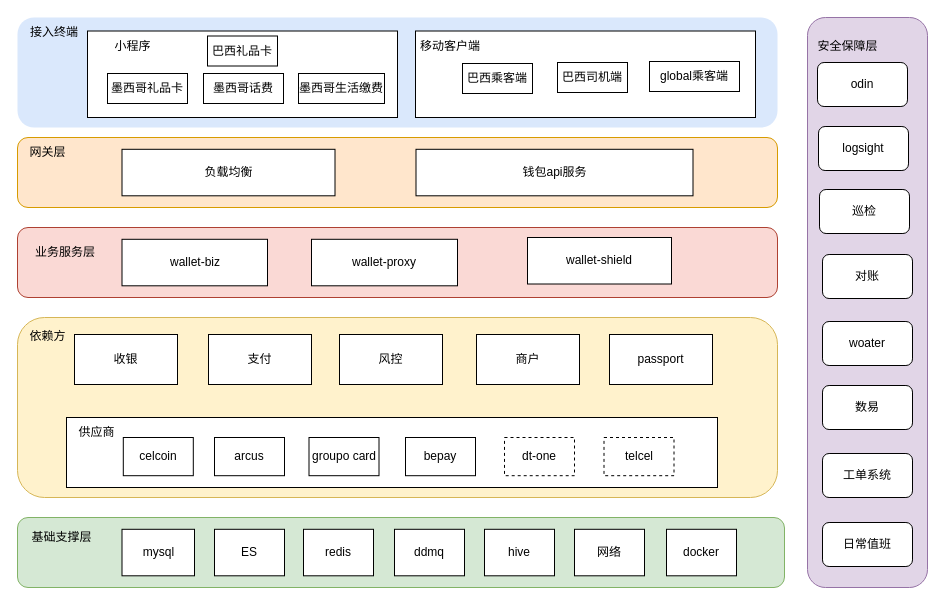
Earlier version of the draw.io diagram mars系统架构图.drawio (jichuanwang/learning). Source tidied: cells renumbered, new cells numbered last; positions are measured from the earlier drawing's top-left corner, leaving out a move shared by most shapes. Both pictures are drawn from the tidied source at 100%, with x=0, y=0 at pixel (17, 17).
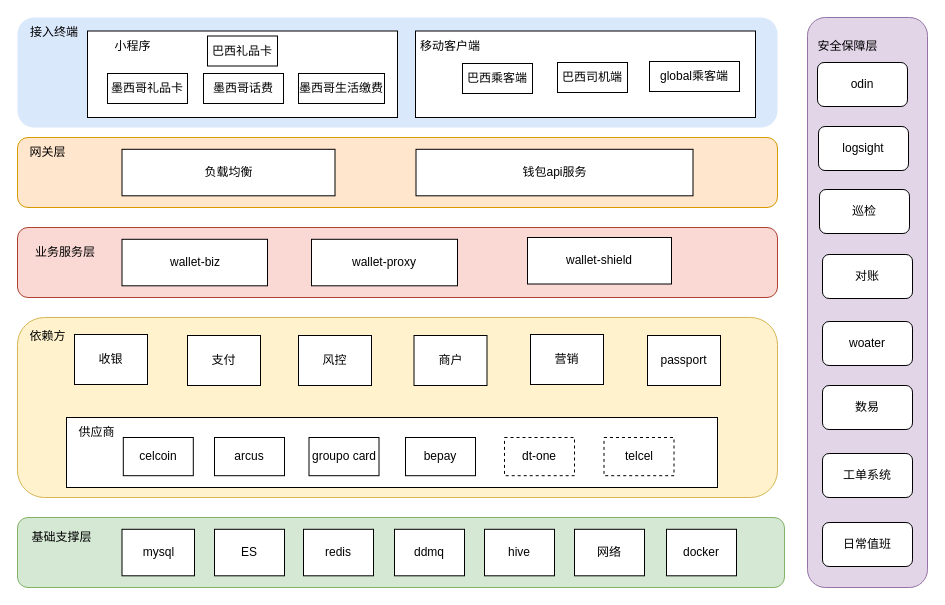
Above is the later version.

Commit message (it also covers changes not shown here):
更新mars系统架构图.drawio

The edit, as a diff of the source:
```diff
@@
     <mxCell id="35" value="收银" style="rounded=0;whiteSpace=wrap;html=1;" parent="1" vertex="1">
-      <mxGeometry x="57" y="317" width="103" height="50" as="geometry" />
+      <mxGeometry x="57" y="317" width="73" height="50" as="geometry" />
     </mxCell>
     <mxCell id="36" value="支付" style="rounded=0;whiteSpace=wrap;html=1;" parent="1" vertex="1">
-      <mxGeometry x="191" y="317" width="103" height="50" as="geometry" />
+      <mxGeometry x="170" y="318" width="73" height="50" as="geometry" />
     </mxCell>
     <mxCell id="37" value="风控" style="rounded=0;whiteSpace=wrap;html=1;" parent="1" vertex="1">
-      <mxGeometry x="322" y="317" width="103" height="50" as="geometry" />
+      <mxGeometry x="281" y="318" width="73" height="50" as="geometry" />
     </mxCell>
     <mxCell id="38" value="商户" style="rounded=0;whiteSpace=wrap;html=1;" parent="1" vertex="1">
-      <mxGeometry x="459" y="317" width="103" height="50" as="geometry" />
+      <mxGeometry x="396.5" y="318" width="73" height="50" as="geometry" />
     </mxCell>
-    <mxCell id="39" value="passport" style="rounded=0;whiteSpace=wrap;html=1;" parent="1" vertex="1">
-      <mxGeometry x="592" y="317" width="103" height="50" as="geometry" />
+    <mxCell id="39" value="营销" style="rounded=0;whiteSpace=wrap;html=1;" parent="1" vertex="1">
+      <mxGeometry x="513" y="317" width="73" height="50" as="geometry" />
     </mxCell>
@@
+    <mxCell id="58" value="passport" style="rounded=0;whiteSpace=wrap;html=1;" parent="1" vertex="1">
+      <mxGeometry x="630" y="318" width="73" height="50" as="geometry" />
+    </mxCell>
```
